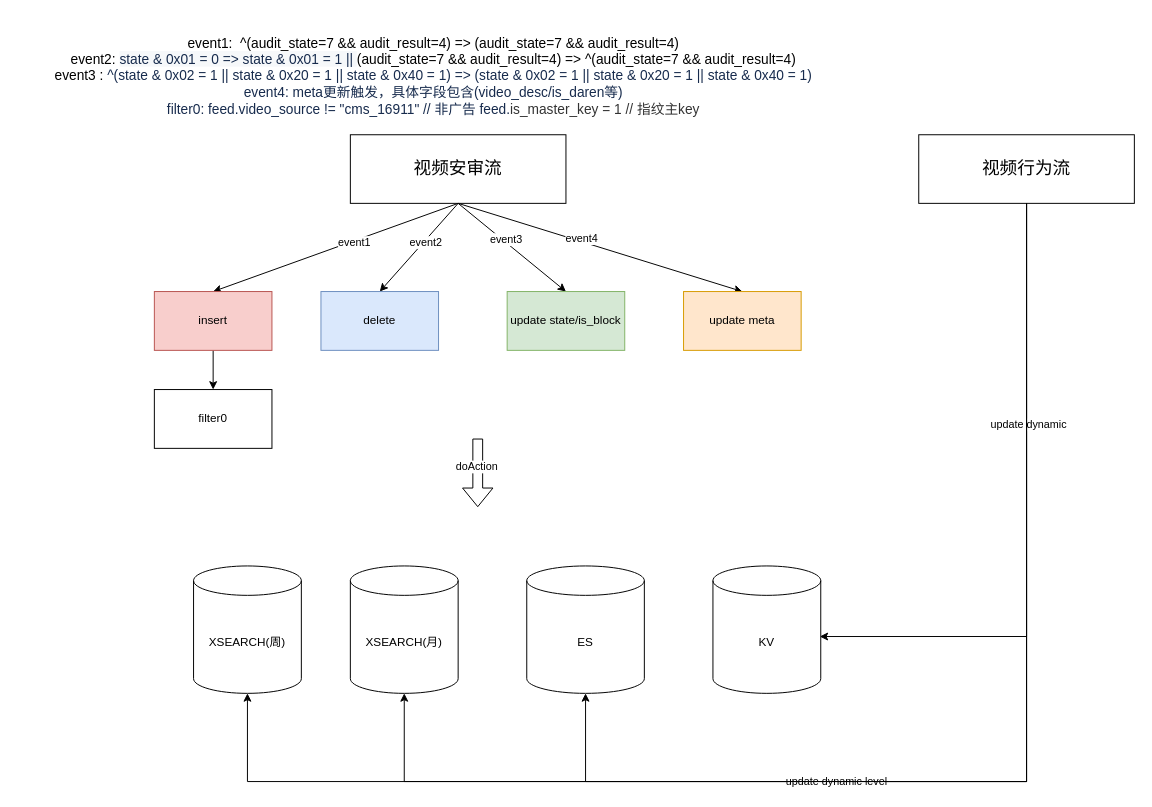
This is search_flow.drawio from learn2Pro/draw_io_save, a draw.io file, before an edit. Source tidied: cells renumbered, new cells numbered last; positions are measured from the earlier drawing's top-left corner, leaving out a move shared by most shapes. Both pictures are drawn from the tidied source at 98%, with x=0, y=0 at pixel (17, 17).
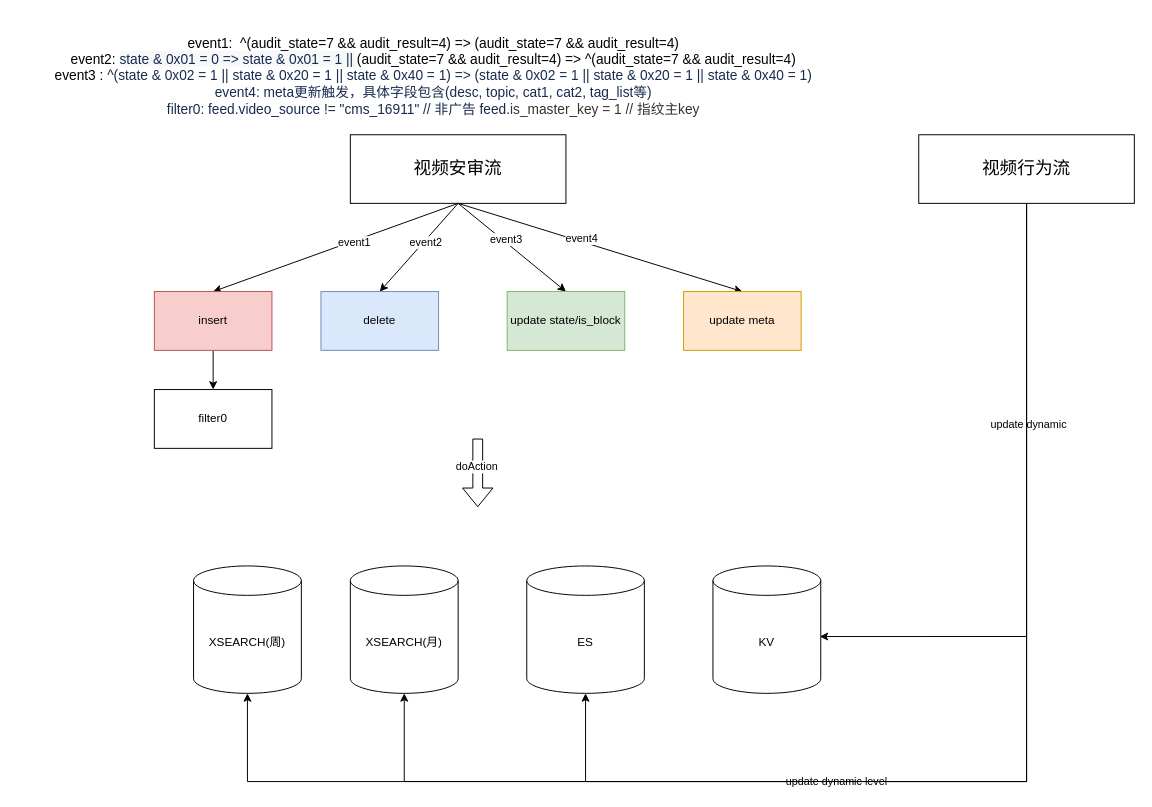
Above is the later version.

Change to the diagram source:
```diff
@@
-    <mxCell id="14" value="&lt;font style=&quot;font-size: 14px&quot;&gt;event1:&amp;nbsp; ^(audit_state=7 &amp;amp;&amp;amp; audit_result=4) =&amp;gt; (audit_state=7 &amp;amp;&amp;amp; audit_result=4)&lt;br&gt;event2:&amp;nbsp;&lt;span style=&quot;color: rgb(23 , 43 , 77) ; text-align: left ; background-color: rgb(246 , 248 , 250)&quot;&gt;state &amp;amp; 0x01 = 0 =&amp;gt; state &amp;amp; 0x01 = 1 ||&amp;nbsp;&lt;/span&gt;(audit_state=7 &amp;amp;&amp;amp; audit_result=4) =&amp;gt; ^(audit_state=7 &amp;amp;&amp;amp; audit_result=4)&lt;br&gt;event3 :&amp;nbsp;&lt;span style=&quot;background-color: rgb(255 , 255 , 255) ; color: rgb(23 , 43 , 77) ; font-family: , , &amp;#34;segoe ui&amp;#34; , &amp;#34;roboto&amp;#34; , &amp;#34;oxygen&amp;#34; , &amp;#34;ubuntu&amp;#34; , &amp;#34;fira sans&amp;#34; , &amp;#34;droid sans&amp;#34; , &amp;#34;helvetica neue&amp;#34; , sans-serif ; text-align: left&quot;&gt;^(state &amp;amp; 0x02 = 1 || state &amp;amp; 0x20 = 1 || state &amp;amp; 0x40 = 1) =&amp;gt;&amp;nbsp;&lt;/span&gt;&lt;span style=&quot;background-color: rgb(255 , 255 , 255) ; color: rgb(23 , 43 , 77) ; font-family: , , &amp;#34;segoe ui&amp;#34; , &amp;#34;roboto&amp;#34; , &amp;#34;oxygen&amp;#34; , &amp;#34;ubuntu&amp;#34; , &amp;#34;fira sans&amp;#34; , &amp;#34;droid sans&amp;#34; , &amp;#34;helvetica neue&amp;#34; , sans-serif ; text-align: left&quot;&gt;(state &amp;amp; 0x02 = 1 || state &amp;amp; 0x20 = 1 || state &amp;amp; 0x40 = 1)&lt;br&gt;&lt;/span&gt;&lt;span style=&quot;background-color: rgb(255 , 255 , 255) ; color: rgb(23 , 43 , 77) ; font-family: , , &amp;#34;segoe ui&amp;#34; , &amp;#34;roboto&amp;#34; , &amp;#34;oxygen&amp;#34; , &amp;#34;ubuntu&amp;#34; , &amp;#34;fira sans&amp;#34; , &amp;#34;droid sans&amp;#34; , &amp;#34;helvetica neue&amp;#34; , sans-serif ; text-align: left&quot;&gt;event4: meta更新触发，具体字段包含(video_desc/is_daren等)&lt;br&gt;filter0:&amp;nbsp;&lt;/span&gt;&lt;span style=&quot;background-color: rgb(255 , 255 , 255) ; color: rgb(23 , 43 , 77) ; font-family: , , &amp;#34;segoe ui&amp;#34; , &amp;#34;roboto&amp;#34; , &amp;#34;oxygen&amp;#34; , &amp;#34;ubuntu&amp;#34; , &amp;#34;fira sans&amp;#34; , &amp;#34;droid sans&amp;#34; , &amp;#34;helvetica neue&amp;#34; , sans-serif ; text-align: left&quot;&gt;feed.video_source&amp;nbsp;!= &quot;cms_16911&quot;&amp;nbsp;// 非广告&amp;nbsp;&lt;/span&gt;&lt;span style=&quot;background-color: rgb(255 , 255 , 255) ; color: rgb(23 , 43 , 77) ; font-family: , , &amp;#34;segoe ui&amp;#34; , &amp;#34;roboto&amp;#34; , &amp;#34;oxygen&amp;#34; , &amp;#34;ubuntu&amp;#34; , &amp;#34;fira sans&amp;#34; , &amp;#34;droid sans&amp;#34; , &amp;#34;helvetica neue&amp;#34; , sans-serif ; text-align: left&quot;&gt;feed.&lt;/span&gt;&lt;span style=&quot;font-family: , , &amp;#34;segoe ui&amp;#34; , &amp;#34;roboto&amp;#34; , &amp;#34;oxygen&amp;#34; , &amp;#34;ubuntu&amp;#34; , &amp;#34;fira sans&amp;#34; , &amp;#34;droid sans&amp;#34; , &amp;#34;helvetica neue&amp;#34; , sans-serif ; text-align: left ; margin: 0px ; color: rgb(51 , 51 , 51)&quot;&gt;is_master_key = 1&amp;nbsp;// 指纹主key&lt;/span&gt;&lt;span style=&quot;background-color: rgb(255 , 255 , 255) ; color: rgb(23 , 43 , 77) ; font-family: , , &amp;#34;segoe ui&amp;#34; , &amp;#34;roboto&amp;#34; , &amp;#34;oxygen&amp;#34; , &amp;#34;ubuntu&amp;#34; , &amp;#34;fira sans&amp;#34; , &amp;#34;droid sans&amp;#34; , &amp;#34;helvetica neue&amp;#34; , sans-serif ; text-align: left&quot;&gt;&lt;br&gt;&lt;/span&gt;&lt;/font&gt;" style="text;html=1;strokeColor=none;fillColor=none;align=center;verticalAlign=middle;whiteSpace=wrap;rounded=0;" parent="1" vertex="1">
+    <mxCell id="14" value="&lt;font style=&quot;font-size: 14px&quot;&gt;event1:&amp;nbsp; ^(audit_state=7 &amp;amp;&amp;amp; audit_result=4) =&amp;gt; (audit_state=7 &amp;amp;&amp;amp; audit_result=4)&lt;br&gt;event2:&amp;nbsp;&lt;span style=&quot;color: rgb(23 , 43 , 77) ; text-align: left ; background-color: rgb(246 , 248 , 250)&quot;&gt;state &amp;amp; 0x01 = 0 =&amp;gt; state &amp;amp; 0x01 = 1 ||&amp;nbsp;&lt;/span&gt;(audit_state=7 &amp;amp;&amp;amp; audit_result=4) =&amp;gt; ^(audit_state=7 &amp;amp;&amp;amp; audit_result=4)&lt;br&gt;event3 :&amp;nbsp;&lt;span style=&quot;background-color: rgb(255 , 255 , 255) ; color: rgb(23 , 43 , 77) ; font-family: , , &amp;#34;segoe ui&amp;#34; , &amp;#34;roboto&amp;#34; , &amp;#34;oxygen&amp;#34; , &amp;#34;ubuntu&amp;#34; , &amp;#34;fira sans&amp;#34; , &amp;#34;droid sans&amp;#34; , &amp;#34;helvetica neue&amp;#34; , sans-serif ; text-align: left&quot;&gt;^(state &amp;amp; 0x02 = 1 || state &amp;amp; 0x20 = 1 || state &amp;amp; 0x40 = 1) =&amp;gt;&amp;nbsp;&lt;/span&gt;&lt;span style=&quot;background-color: rgb(255 , 255 , 255) ; color: rgb(23 , 43 , 77) ; font-family: , , &amp;#34;segoe ui&amp;#34; , &amp;#34;roboto&amp;#34; , &amp;#34;oxygen&amp;#34; , &amp;#34;ubuntu&amp;#34; , &amp;#34;fira sans&amp;#34; , &amp;#34;droid sans&amp;#34; , &amp;#34;helvetica neue&amp;#34; , sans-serif ; text-align: left&quot;&gt;(state &amp;amp; 0x02 = 1 || state &amp;amp; 0x20 = 1 || state &amp;amp; 0x40 = 1)&lt;br&gt;&lt;/span&gt;&lt;span style=&quot;background-color: rgb(255 , 255 , 255) ; color: rgb(23 , 43 , 77) ; font-family: , , &amp;#34;segoe ui&amp;#34; , &amp;#34;roboto&amp;#34; , &amp;#34;oxygen&amp;#34; , &amp;#34;ubuntu&amp;#34; , &amp;#34;fira sans&amp;#34; , &amp;#34;droid sans&amp;#34; , &amp;#34;helvetica neue&amp;#34; , sans-serif ; text-align: left&quot;&gt;event4: meta更新触发，具体字段包含(&lt;/span&gt;&lt;span style=&quot;color: rgb(23 , 43 , 77) ; font-family: , , &amp;#34;segoe ui&amp;#34; , &amp;#34;roboto&amp;#34; , &amp;#34;oxygen&amp;#34; , &amp;#34;ubuntu&amp;#34; , &amp;#34;fira sans&amp;#34; , &amp;#34;droid sans&amp;#34; , &amp;#34;helvetica neue&amp;#34; , sans-serif ; background-color: rgb(255 , 255 , 255)&quot;&gt;desc, topic, cat1, cat2, tag_list&lt;/span&gt;&lt;span style=&quot;background-color: rgb(255 , 255 , 255) ; color: rgb(23 , 43 , 77) ; font-family: , , &amp;#34;segoe ui&amp;#34; , &amp;#34;roboto&amp;#34; , &amp;#34;oxygen&amp;#34; , &amp;#34;ubuntu&amp;#34; , &amp;#34;fira sans&amp;#34; , &amp;#34;droid sans&amp;#34; , &amp;#34;helvetica neue&amp;#34; , sans-serif ; text-align: left&quot;&gt;等)&lt;br&gt;filter0:&amp;nbsp;&lt;/span&gt;&lt;span style=&quot;background-color: rgb(255 , 255 , 255) ; color: rgb(23 , 43 , 77) ; font-family: , , &amp;#34;segoe ui&amp;#34; , &amp;#34;roboto&amp;#34; , &amp;#34;oxygen&amp;#34; , &amp;#34;ubuntu&amp;#34; , &amp;#34;fira sans&amp;#34; , &amp;#34;droid sans&amp;#34; , &amp;#34;helvetica neue&amp;#34; , sans-serif ; text-align: left&quot;&gt;feed.video_source&amp;nbsp;!= &quot;cms_16911&quot;&amp;nbsp;// 非广告&amp;nbsp;&lt;/span&gt;&lt;span style=&quot;background-color: rgb(255 , 255 , 255) ; color: rgb(23 , 43 , 77) ; font-family: , , &amp;#34;segoe ui&amp;#34; , &amp;#34;roboto&amp;#34; , &amp;#34;oxygen&amp;#34; , &amp;#34;ubuntu&amp;#34; , &amp;#34;fira sans&amp;#34; , &amp;#34;droid sans&amp;#34; , &amp;#34;helvetica neue&amp;#34; , sans-serif ; text-align: left&quot;&gt;feed.&lt;/span&gt;&lt;span style=&quot;font-family: , , &amp;#34;segoe ui&amp;#34; , &amp;#34;roboto&amp;#34; , &amp;#34;oxygen&amp;#34; , &amp;#34;ubuntu&amp;#34; , &amp;#34;fira sans&amp;#34; , &amp;#34;droid sans&amp;#34; , &amp;#34;helvetica neue&amp;#34; , sans-serif ; text-align: left ; margin: 0px ; color: rgb(51 , 51 , 51)&quot;&gt;is_master_key = 1&amp;nbsp;// 指纹主key&lt;/span&gt;&lt;span style=&quot;background-color: rgb(255 , 255 , 255) ; color: rgb(23 , 43 , 77) ; font-family: , , &amp;#34;segoe ui&amp;#34; , &amp;#34;roboto&amp;#34; , &amp;#34;oxygen&amp;#34; , &amp;#34;ubuntu&amp;#34; , &amp;#34;fira sans&amp;#34; , &amp;#34;droid sans&amp;#34; , &amp;#34;helvetica neue&amp;#34; , sans-serif ; text-align: left&quot;&gt;&lt;br&gt;&lt;/span&gt;&lt;/font&gt;" style="text;html=1;strokeColor=none;fillColor=none;align=center;verticalAlign=middle;whiteSpace=wrap;rounded=0;" parent="1" vertex="1">
       <mxGeometry width="850" height="120" as="geometry" />
     </mxCell>
```
